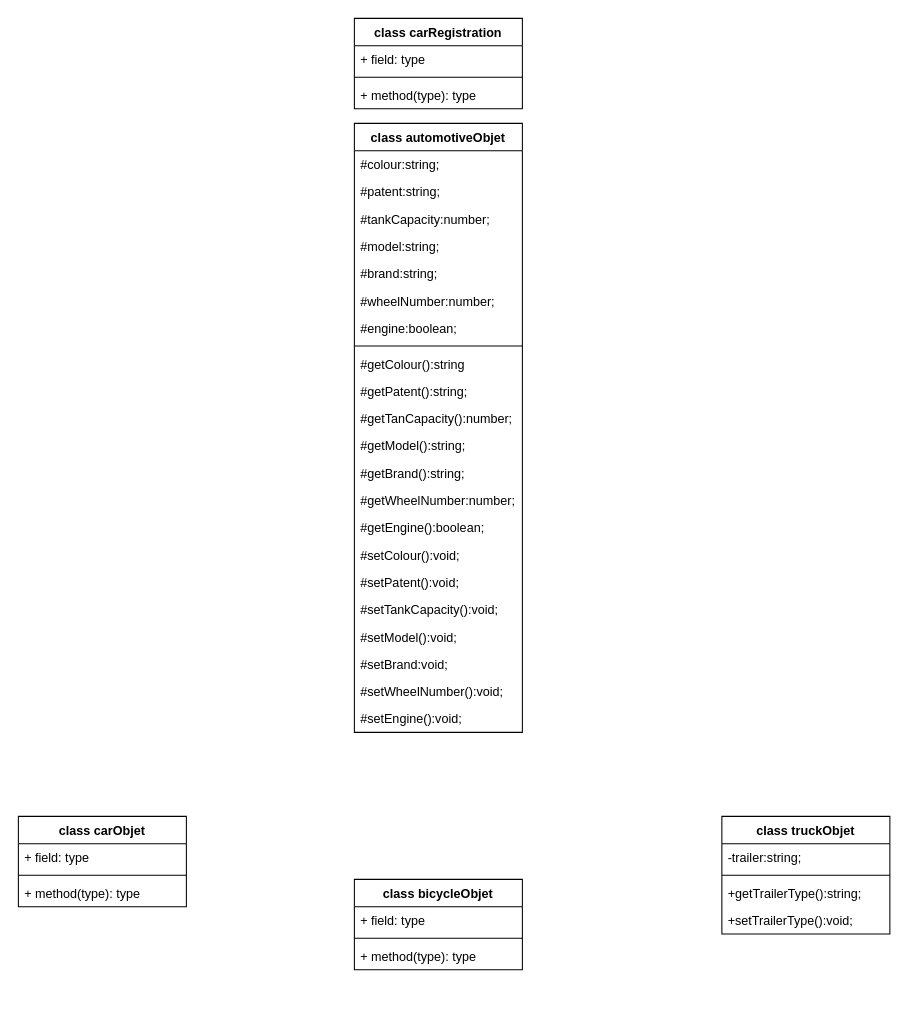
The draw.io diagram 2022-09-21/Diagrama sin título.drawio in Arturo-Blanco/POO, before the edit. Source tidied: cells renumbered, new cells numbered last; positions are measured from the earlier drawing's top-left corner, leaving out a move shared by most shapes. Both pictures are drawn from the tidied source at 105%, with x=0, y=0 at pixel (18, 18).
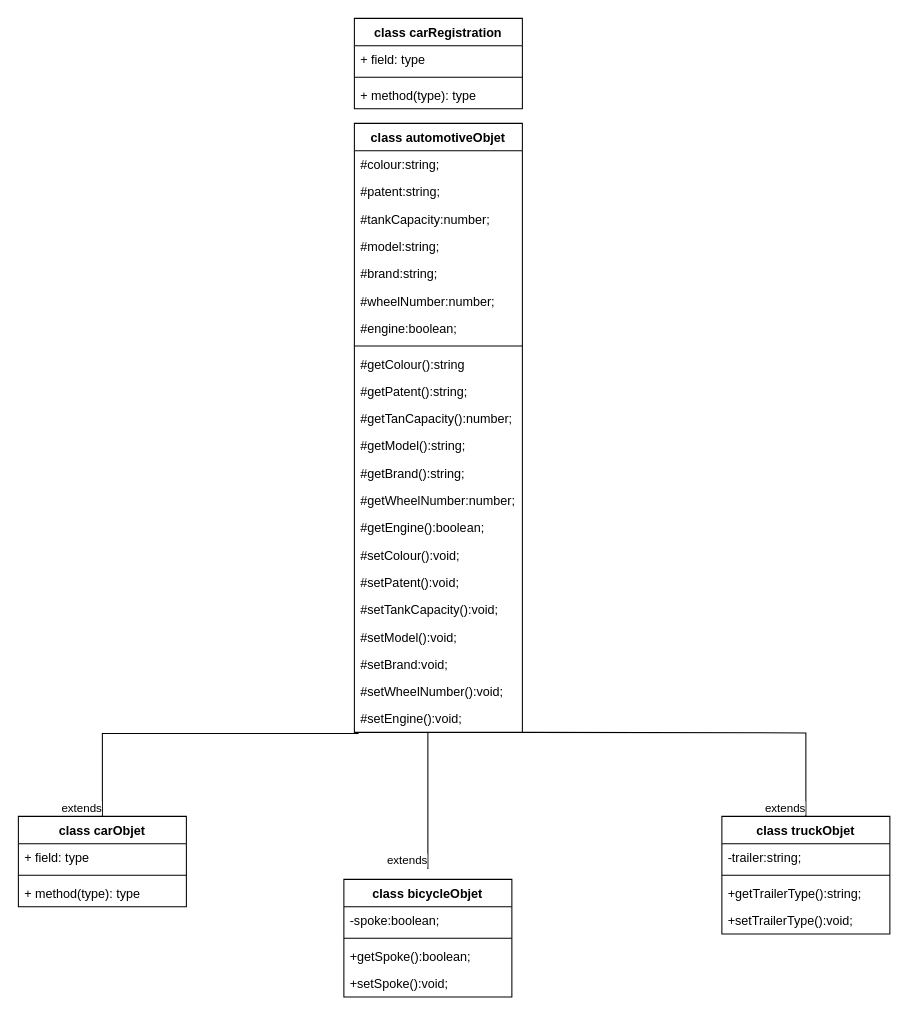
The same page after the edit.

The change refers to these unchanged cells:
```xml
<mxCell id="28" value="#setEngine():void;" style="text;strokeColor=none;fillColor=none;align=left;verticalAlign=top;spacingLeft=4;spacingRight=4;overflow=hidden;points=[[0,0.5],[1,0.5]];portConstraint=eastwest;" parent="6" vertex="1">
  <mxGeometry y="554" width="160" height="26" as="geometry" />
</mxCell>
<mxCell id="29" value="class carObjet" style="swimlane;fontStyle=1;align=center;verticalAlign=top;horizontal=1;startSize=26;" parent="1" vertex="1">
  <mxGeometry y="760" width="160" height="86" as="geometry" />
</mxCell>
<mxCell id="37" value="class truckObjet" style="swimlane;fontStyle=1;align=center;verticalAlign=top;horizontal=1;startSize=26;" parent="1" vertex="1">
  <mxGeometry x="670" y="760" width="160" height="112" as="geometry" />
</mxCell>
```

The edit, as a diff of the source:
```diff
@@
     <mxCell id="33" value="class bicycleObjet" style="swimlane;fontStyle=1;align=center;verticalAlign=top;horizontal=1;startSize=26;" parent="1" vertex="1">
-      <mxGeometry x="320" y="820" width="160" height="86" as="geometry" />
+      <mxGeometry x="310" y="820" width="160" height="112" as="geometry" />
     </mxCell>
-    <mxCell id="34" value="+ field: type" style="text;strokeColor=none;fillColor=none;align=left;verticalAlign=top;spacingLeft=4;spacingRight=4;overflow=hidden;" parent="33" vertex="1">
+    <mxCell id="34" value="-spoke:boolean;" style="text;strokeColor=none;fillColor=none;align=left;verticalAlign=top;spacingLeft=4;spacingRight=4;overflow=hidden;" parent="33" vertex="1">
       <mxGeometry y="26" width="160" height="26" as="geometry" />
     </mxCell>
@@
-    <mxCell id="36" value="+ method(type): type" style="text;strokeColor=none;fillColor=none;align=left;verticalAlign=top;spacingLeft=4;spacingRight=4;overflow=hidden;" parent="33" vertex="1">
+    <mxCell id="36" value="+getSpoke():boolean;" style="text;strokeColor=none;fillColor=none;align=left;verticalAlign=top;spacingLeft=4;spacingRight=4;overflow=hidden;" parent="33" vertex="1">
       <mxGeometry y="60" width="160" height="26" as="geometry" />
     </mxCell>
+    <mxCell id="42" value="+setSpoke():void;" style="text;strokeColor=none;fillColor=none;align=left;verticalAlign=top;spacingLeft=4;spacingRight=4;overflow=hidden;" parent="33" vertex="1">
+      <mxGeometry y="86" width="160" height="26" as="geometry" />
+    </mxCell>
@@
+    <mxCell id="43" style="endArrow=none;html=1;edgeStyle=orthogonalEdgeStyle;rounded=0;entryX=0.5;entryY=0;entryDx=0;entryDy=0;" parent="1" edge="1" target="37">
+      <mxGeometry relative="1" as="geometry">
+        <mxPoint x="480" y="680" as="sourcePoint" />
+      </mxGeometry>
+    </mxCell>
+    <mxCell id="44" value="extends" style="edgeLabel;html=1;align=right;verticalAlign=bottom;" parent="43" vertex="1">
+      <mxGeometry x="1" relative="1" as="geometry" />
+    </mxCell>
+    <mxCell id="45" style="endArrow=none;html=1;edgeStyle=orthogonalEdgeStyle;rounded=0;exitX=0.025;exitY=1.038;exitDx=0;exitDy=0;exitPerimeter=0;entryX=0.5;entryY=0;entryDx=0;entryDy=0;" parent="1" edge="1" source="28" target="29">
+      <mxGeometry relative="1" as="geometry">
+        <Array as="points">
+          <mxPoint x="80" y="681" />
+        </Array>
+      </mxGeometry>
+    </mxCell>
+    <mxCell id="46" value="extends" style="edgeLabel;html=1;align=right;verticalAlign=bottom;" parent="45" vertex="1">
+      <mxGeometry x="1" relative="1" as="geometry" />
+    </mxCell>
+    <mxCell id="47" style="endArrow=none;html=1;edgeStyle=orthogonalEdgeStyle;rounded=0;" parent="1" edge="1">
+      <mxGeometry relative="1" as="geometry">
+        <mxPoint x="390" y="680" as="sourcePoint" />
+        <mxPoint x="390" y="810" as="targetPoint" />
+      </mxGeometry>
+    </mxCell>
+    <mxCell id="48" value="extends" style="edgeLabel;html=1;align=right;verticalAlign=bottom;" parent="47" vertex="1">
+      <mxGeometry x="1" relative="1" as="geometry" />
+    </mxCell>
```
